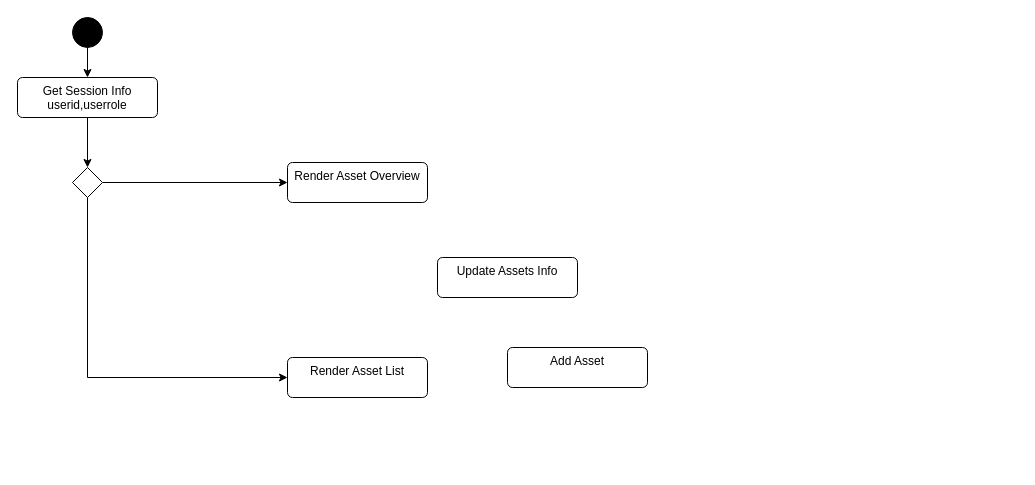
The draw.io diagram page "asset" (4 of 6) of design/activitydiagram.drawio in darwishzain/pinjaman-aset, before the edit. Source tidied: cells renumbered, new cells numbered last; positions are measured from the earlier drawing's top-left corner, leaving out a move shared by most shapes. Both pictures are drawn from the tidied source at 100%, with x=0, y=0 at pixel (17, 17).
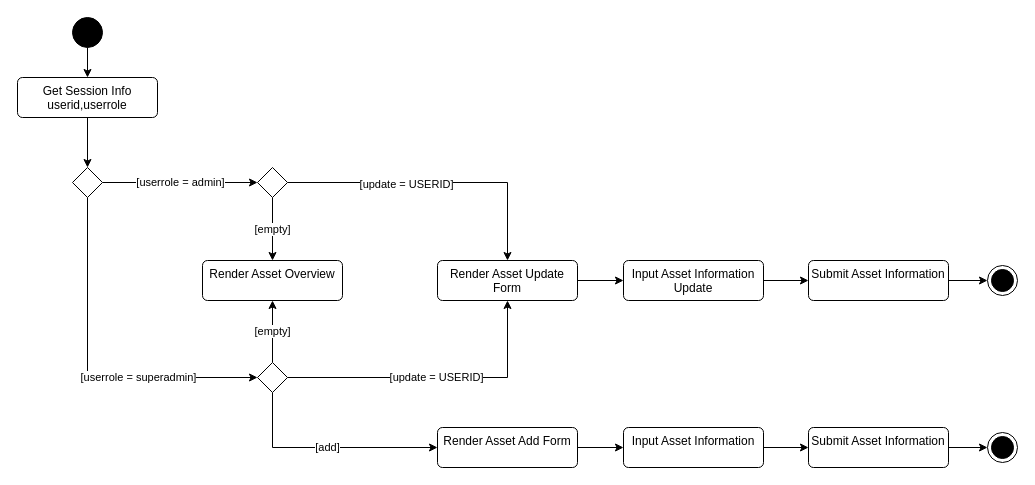
The same diagram, later.

Commit message (it also covers changes not shown here):
activity diagram for asset and request module

Unchanged cells that the change refers to:
```xml
<mxCell id="8" style="rhombus;" parent="1" vertex="1">
  <mxGeometry x="55" y="150" width="30" height="30" as="geometry" />
</mxCell>
```

Change to the diagram source:
```diff
@@
-    <mxCell id="6" style="edgeStyle=orthogonalEdgeStyle;rounded=0;jettySize=auto;html=1;entryX=0;entryY=0.5;entryDx=0;entryDy=0;" parent="1" edge="1" source="8" target="9">
-      <mxGeometry relative="1" as="geometry">
+    <mxCell id="6" value="[userrole = superadmin]" style="edgeStyle=orthogonalEdgeStyle;rounded=0;jettySize=auto;html=1;entryX=0;entryY=0.5;entryDx=0;entryDy=0;" parent="1" edge="1" source="8" target="27">
+      <mxGeometry x="0.32" relative="1" as="geometry">
         <Array as="points">
           <mxPoint x="70" y="360" />
         </Array>
       </mxGeometry>
     </mxCell>
-    <mxCell id="7" style="edgeStyle=orthogonalEdgeStyle;rounded=0;jettySize=auto;html=1;entryX=0;entryY=0.5;entryDx=0;entryDy=0;" parent="1" edge="1" source="8" target="10">
+    <mxCell id="7" value="[userrole = admin]" style="edgeStyle=orthogonalEdgeStyle;rounded=0;jettySize=auto;html=1;entryX=0;entryY=0.5;entryDx=0;entryDy=0;" parent="1" edge="1" source="8" target="23">
       <mxGeometry relative="1" as="geometry" />
     </mxCell>
@@
-    <mxCell id="9" value="Render Asset List" style="html=1;align=center;verticalAlign=top;rounded=1;absoluteArcSize=1;arcSize=10;dashed=0;whiteSpace=wrap;" parent="1" vertex="1">
-      <mxGeometry x="270" y="340" width="140" height="40" as="geometry" />
-    </mxCell>
     <mxCell id="10" value="Render Asset Overview" style="html=1;align=center;verticalAlign=top;rounded=1;absoluteArcSize=1;arcSize=10;dashed=0;whiteSpace=wrap;" parent="1" vertex="1">
-      <mxGeometry x="270" y="145" width="140" height="40" as="geometry" />
+      <mxGeometry x="185" y="243" width="140" height="40" as="geometry" />
     </mxCell>
+    <mxCell id="13" style="edgeStyle=orthogonalEdgeStyle;rounded=0;jettySize=auto;html=1;entryX=0;entryY=0.5;entryDx=0;entryDy=0;" parent="1" edge="1" source="11" target="18">
+      <mxGeometry relative="1" as="geometry" />
+    </mxCell>
-    <mxCell id="11" value="Update Assets Info" style="html=1;align=center;verticalAlign=top;rounded=1;absoluteArcSize=1;arcSize=10;dashed=0;whiteSpace=wrap;" parent="1" vertex="1">
-      <mxGeometry x="420" y="240" width="140" height="40" as="geometry" />
+    <mxCell id="11" value="Render Asset Update Form" style="html=1;align=center;verticalAlign=top;rounded=1;absoluteArcSize=1;arcSize=10;dashed=0;whiteSpace=wrap;" parent="1" vertex="1">
+      <mxGeometry x="420" y="243" width="140" height="40" as="geometry" />
     </mxCell>
+    <mxCell id="14" style="edgeStyle=orthogonalEdgeStyle;rounded=0;jettySize=auto;html=1;" parent="1" edge="1" source="12" target="29">
+      <mxGeometry relative="1" as="geometry" />
+    </mxCell>
-    <mxCell id="12" value="Add Asset" style="html=1;align=center;verticalAlign=top;rounded=1;absoluteArcSize=1;arcSize=10;dashed=0;whiteSpace=wrap;" parent="1" vertex="1">
-      <mxGeometry x="490" y="330" width="140" height="40" as="geometry" />
+    <mxCell id="12" value="Render Asset Add Form" style="html=1;align=center;verticalAlign=top;rounded=1;absoluteArcSize=1;arcSize=10;dashed=0;whiteSpace=wrap;" parent="1" vertex="1">
+      <mxGeometry x="420" y="410" width="140" height="40" as="geometry" />
     </mxCell>
+    <mxCell id="15" style="edgeStyle=orthogonalEdgeStyle;rounded=0;jettySize=auto;html=1;entryX=0.5;entryY=0;entryDx=0;entryDy=0;exitX=1;exitY=0.5;exitDx=0;exitDy=0;" parent="1" edge="1" source="23" target="11">
+      <mxGeometry relative="1" as="geometry" />
+    </mxCell>
+    <mxCell id="16" value="[update = USERID]" style="edgeLabel;html=1;align=center;verticalAlign=middle;" parent="15" vertex="1">
+      <mxGeometry x="-0.21" y="-1" relative="1" as="geometry" />
+    </mxCell>
+    <mxCell id="17" style="edgeStyle=orthogonalEdgeStyle;rounded=0;jettySize=auto;html=1;entryX=0;entryY=0.5;entryDx=0;entryDy=0;" parent="1" edge="1" source="18" target="20">
+      <mxGeometry relative="1" as="geometry" />
+    </mxCell>
+    <mxCell id="18" value="Input Asset Information Update" style="html=1;align=center;verticalAlign=top;rounded=1;absoluteArcSize=1;arcSize=10;dashed=0;whiteSpace=wrap;" parent="1" vertex="1">
+      <mxGeometry x="606" y="243" width="140" height="40" as="geometry" />
+    </mxCell>
+    <mxCell id="19" style="edgeStyle=orthogonalEdgeStyle;rounded=0;jettySize=auto;html=1;entryX=0;entryY=0.5;entryDx=0;entryDy=0;" parent="1" edge="1" source="20" target="21">
+      <mxGeometry relative="1" as="geometry" />
+    </mxCell>
+    <mxCell id="20" value="Submit Asset Information" style="html=1;align=center;verticalAlign=top;rounded=1;absoluteArcSize=1;arcSize=10;dashed=0;whiteSpace=wrap;" parent="1" vertex="1">
+      <mxGeometry x="791" y="243" width="140" height="40" as="geometry" />
+    </mxCell>
+    <mxCell id="21" style="ellipse;html=1;shape=endState;fillColor=strokeColor;" parent="1" vertex="1">
+      <mxGeometry x="970" y="248" width="30" height="30" as="geometry" />
+    </mxCell>
+    <mxCell id="22" value="[empty]" style="edgeStyle=orthogonalEdgeStyle;rounded=0;jettySize=auto;html=1;entryX=0.5;entryY=0;entryDx=0;entryDy=0;" parent="1" edge="1" source="23" target="10">
+      <mxGeometry relative="1" as="geometry" />
+    </mxCell>
+    <mxCell id="23" style="rhombus;" parent="1" vertex="1">
+      <mxGeometry x="240" y="150" width="30" height="30" as="geometry" />
+    </mxCell>
+    <mxCell id="24" value="[empty]" style="edgeStyle=orthogonalEdgeStyle;rounded=0;jettySize=auto;html=1;entryX=0.5;entryY=1;entryDx=0;entryDy=0;" parent="1" edge="1" source="27" target="10">
+      <mxGeometry relative="1" as="geometry" />
+    </mxCell>
+    <mxCell id="25" value="[update = USERID]" style="edgeStyle=orthogonalEdgeStyle;rounded=0;jettySize=auto;html=1;entryX=0.5;entryY=1;entryDx=0;entryDy=0;" parent="1" edge="1" source="27" target="11">
+      <mxGeometry relative="1" as="geometry" />
+    </mxCell>
+    <mxCell id="26" value="[add]" style="edgeStyle=orthogonalEdgeStyle;rounded=0;jettySize=auto;html=1;entryX=0;entryY=0.5;entryDx=0;entryDy=0;" parent="1" edge="1" source="27" target="12">
+      <mxGeometry relative="1" as="geometry">
+        <Array as="points">
+          <mxPoint x="255" y="430" />
+        </Array>
+      </mxGeometry>
+    </mxCell>
+    <mxCell id="27" style="rhombus;" parent="1" vertex="1">
+      <mxGeometry x="240" y="345" width="30" height="30" as="geometry" />
+    </mxCell>
+    <mxCell id="28" style="edgeStyle=orthogonalEdgeStyle;rounded=0;jettySize=auto;html=1;" parent="1" edge="1" source="29" target="31">
+      <mxGeometry relative="1" as="geometry" />
+    </mxCell>
+    <mxCell id="29" value="Input Asset Information" style="html=1;align=center;verticalAlign=top;rounded=1;absoluteArcSize=1;arcSize=10;dashed=0;whiteSpace=wrap;" parent="1" vertex="1">
+      <mxGeometry x="606" y="410" width="140" height="40" as="geometry" />
+    </mxCell>
+    <mxCell id="30" style="edgeStyle=orthogonalEdgeStyle;rounded=0;jettySize=auto;html=1;entryX=0;entryY=0.5;entryDx=0;entryDy=0;" parent="1" edge="1" source="31" target="32">
+      <mxGeometry relative="1" as="geometry" />
+    </mxCell>
+    <mxCell id="31" value="Submit Asset Information" style="html=1;align=center;verticalAlign=top;rounded=1;absoluteArcSize=1;arcSize=10;dashed=0;whiteSpace=wrap;" parent="1" vertex="1">
+      <mxGeometry x="791" y="410" width="140" height="40" as="geometry" />
+    </mxCell>
+    <mxCell id="32" style="ellipse;html=1;shape=endState;fillColor=strokeColor;" parent="1" vertex="1">
+      <mxGeometry x="970" y="415" width="30" height="30" as="geometry" />
+    </mxCell>
```
